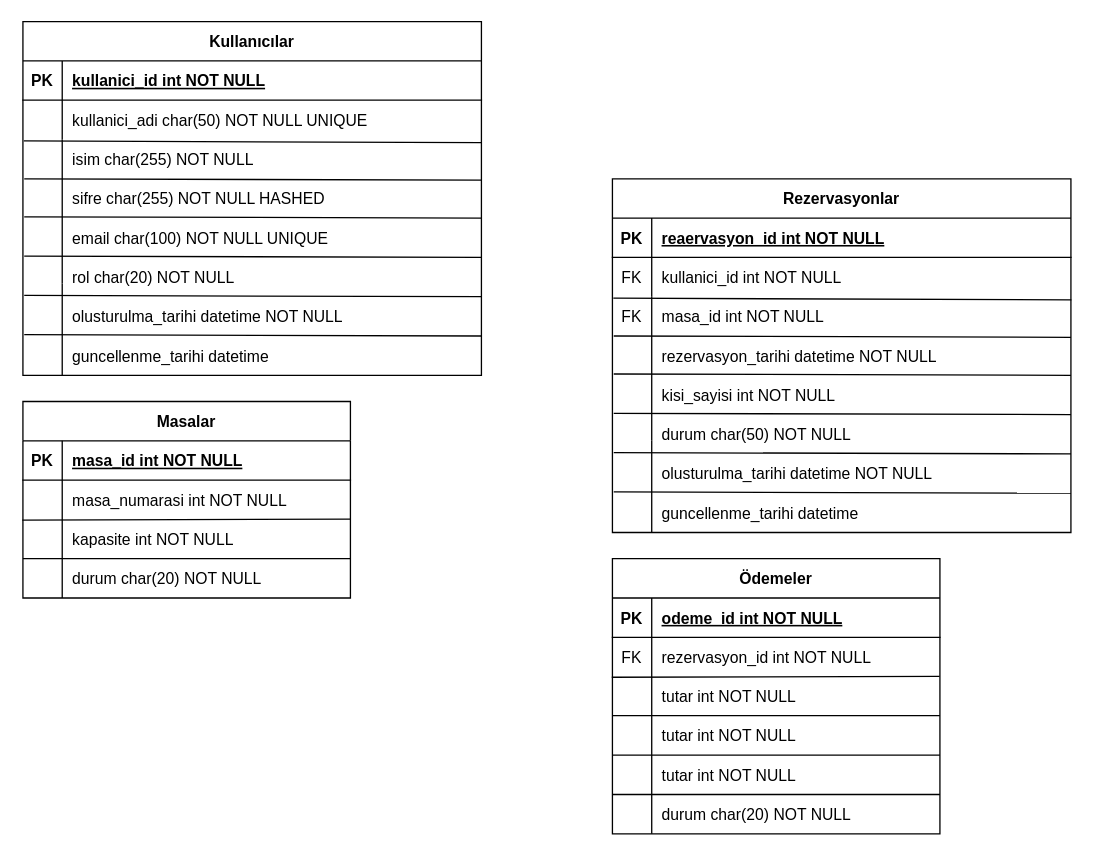
Above: restoranVeritabanı.drawio in kilicfurkan/bitirmeProjesi (draw.io), before the change. Source tidied: cells renumbered, new cells numbered last; positions are measured from the earlier drawing's top-left corner, leaving out a move shared by most shapes. Both pictures are drawn from the tidied source at 131%, with x=0, y=0 at pixel (22, 21).
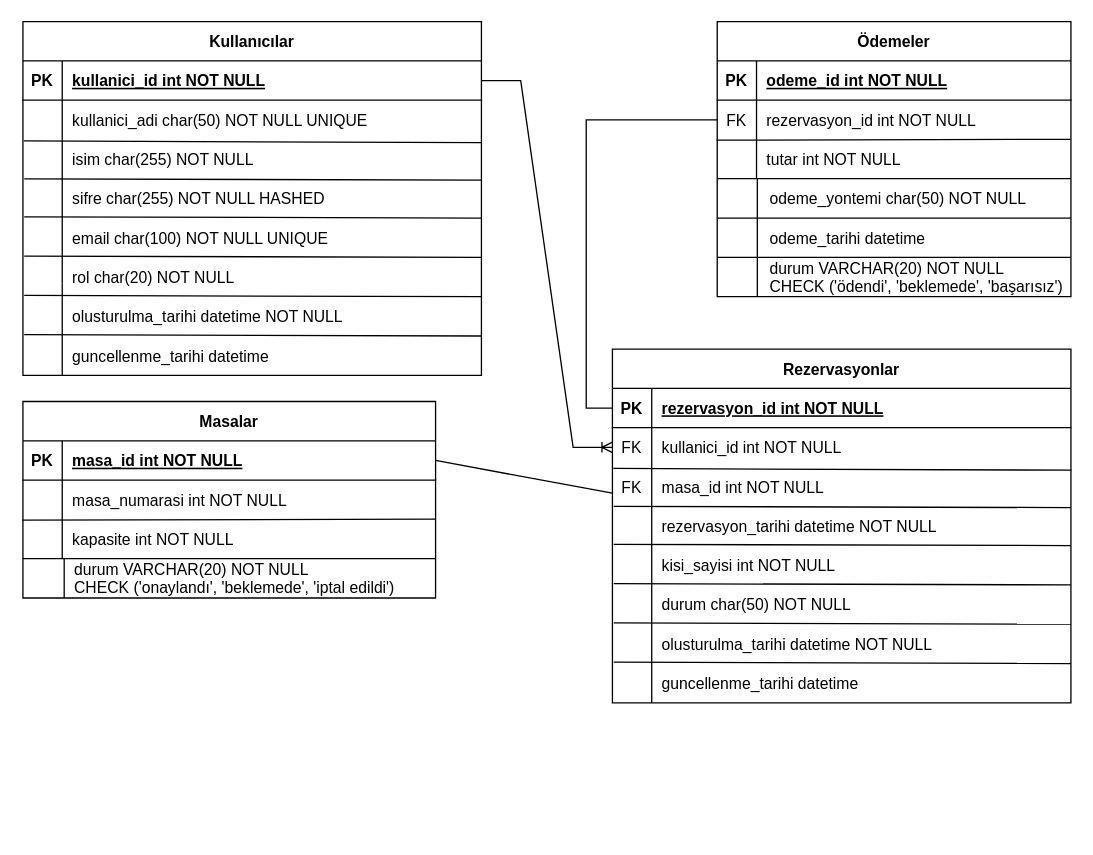
Above is the later version.

Unchanged cells that the change refers to:
```xml
<mxCell id="5" style="shape=partialRectangle;fillColor=none;points=[[0,0.5],[1,0.5]];portConstraint=eastwest;top=0;left=0;right=0;bottom=1;" parent="4" vertex="1">
  <mxGeometry y="30" width="350" height="30" as="geometry" />
</mxCell>
<mxCell id="43" style="shape=partialRectangle;fillColor=none;points=[[0,0.5],[1,0.5]];portConstraint=eastwest;top=0;left=0;right=0;bottom=1;" parent="42" vertex="1">
  <mxGeometry y="30" width="350" height="30" as="geometry" />
</mxCell>
<mxCell id="46" style="shape=partialRectangle;fillColor=none;points=[[0,0.5],[1,0.5]];portConstraint=eastwest;top=0;left=0;right=0;bottom=0;" parent="42" vertex="1">
  <mxGeometry y="60" width="350" height="30" as="geometry" />
</mxCell>
```

The edit, as a diff of the source:
```diff
@@
     <mxCell id="25" style="group;" parent="1" vertex="1">
-      <mxGeometry y="290" width="250" height="150" as="geometry" />
+      <mxGeometry y="290" width="315" height="150" as="geometry" />
     </mxCell>
     <mxCell id="26" value="Masalar" style="shape=table;startSize=30;childLayout=tableLayout;rowLines=0;fontStyle=1;align=center;" parent="25" vertex="1">
-      <mxGeometry width="250" height="150" as="geometry" />
+      <mxGeometry width="315" height="150" as="geometry" />
     </mxCell>
     <mxCell id="27" style="shape=partialRectangle;fillColor=none;points=[[0,0.5],[1,0.5]];portConstraint=eastwest;top=0;left=0;right=0;bottom=1;" parent="26" vertex="1">
-      <mxGeometry y="30" width="250" height="30" as="geometry" />
+      <mxGeometry y="30" width="315" height="30" as="geometry" />
     </mxCell>
@@
     <mxCell id="29" value="masa_id int NOT NULL " style="shape=partialRectangle;overflow=hidden;fillColor=none;top=0;left=0;bottom=0;right=0;align=left;spacingLeft=6;fontStyle=5;" parent="27" vertex="1">
-      <mxGeometry x="30" width="220" height="30" as="geometry" />
+      <mxGeometry x="30" width="285" height="30" as="geometry" />
     </mxCell>
     <mxCell id="30" style="shape=partialRectangle;fillColor=none;points=[[0,0.5],[1,0.5]];portConstraint=eastwest;top=0;left=0;right=0;bottom=0;" parent="26" vertex="1">
-      <mxGeometry y="60" width="250" height="30" as="geometry" />
+      <mxGeometry y="60" width="315" height="30" as="geometry" />
     </mxCell>
@@
     <mxCell id="32" value="masa_numarasi int NOT NULL" style="shape=partialRectangle;overflow=hidden;fillColor=none;top=0;left=0;bottom=0;right=0;align=left;spacingLeft=6;" parent="30" vertex="1">
-      <mxGeometry x="30" width="220" height="30" as="geometry" />
+      <mxGeometry x="30" width="285" height="30" as="geometry" />
     </mxCell>
     <mxCell id="33" style="shape=partialRectangle;fillColor=none;points=[[0,0.5],[1,0.5]];portConstraint=eastwest;top=0;left=0;right=0;bottom=0;" parent="26" vertex="1">
-      <mxGeometry y="90" width="250" height="30" as="geometry" />
+      <mxGeometry y="90" width="315" height="30" as="geometry" />
     </mxCell>
@@
     <mxCell id="35" value="kapasite int NOT NULL" style="shape=partialRectangle;overflow=hidden;fillColor=none;top=0;left=0;bottom=0;right=0;align=left;spacingLeft=6;" parent="33" vertex="1">
-      <mxGeometry x="30" width="220" height="30" as="geometry" />
+      <mxGeometry x="30" width="285" height="30" as="geometry" />
     </mxCell>
@@
-    <mxCell id="37" value="durum char(20) NOT NULL" style="shape=partialRectangle;overflow=hidden;fillColor=none;top=0;left=0;bottom=0;right=0;align=left;spacingLeft=6;" parent="25" vertex="1">
-      <mxGeometry x="30" y="120" width="220" height="30" as="geometry" />
+    <mxCell id="37" value="durum VARCHAR(20) NOT NULL&#10;CHECK ('onaylandı', 'beklemede', 'iptal edildi')" style="shape=partialRectangle;overflow=hidden;fillColor=none;top=0;left=0;bottom=0;right=0;align=left;spacingLeft=6;" parent="25" vertex="1">
+      <mxGeometry x="31.5" y="120" width="277.2" height="30" as="geometry" />
     </mxCell>
     <mxCell id="38" style="endArrow=none;html=1;rounded=0;" parent="25" edge="1">
       <mxGeometry relative="1" as="geometry">
-        <mxPoint x="30" y="150" as="sourcePoint" />
-        <mxPoint x="30" y="120" as="targetPoint" />
+        <mxPoint x="31.5" y="150" as="sourcePoint" />
+        <mxPoint x="31.5" y="120" as="targetPoint" />
+        <Array as="points">
+          <mxPoint x="31.5" y="130" />
+        </Array>
       </mxGeometry>
     </mxCell>
     <mxCell id="39" style="endArrow=none;html=1;rounded=0;entryX=0.999;entryY=-0.005;entryDx=0;entryDy=0;entryPerimeter=0;exitX=-0.002;exitY=1.016;exitDx=0;exitDy=0;exitPerimeter=0;" parent="25" edge="1">
       <mxGeometry relative="1" as="geometry">
         <mxPoint y="120" as="sourcePoint" />
-        <mxPoint x="250" y="120" as="targetPoint" />
+        <mxPoint x="315" y="120" as="targetPoint" />
       </mxGeometry>
     </mxCell>
     <mxCell id="40" style="group;" parent="1" vertex="1">
-      <mxGeometry x="450" y="120" width="350" height="270" as="geometry" />
+      <mxGeometry x="450" y="250" width="350" height="270" as="geometry" />
     </mxCell>
@@
-    <mxCell id="45" value="reaervasyon_id int NOT NULL " style="shape=partialRectangle;overflow=hidden;fillColor=none;top=0;left=0;bottom=0;right=0;align=left;spacingLeft=6;fontStyle=5;" parent="43" vertex="1">
+    <mxCell id="45" value="rezervasyon_id int NOT NULL " style="shape=partialRectangle;overflow=hidden;fillColor=none;top=0;left=0;bottom=0;right=0;align=left;spacingLeft=6;fontStyle=5;" parent="43" vertex="1">
       <mxGeometry x="30" width="320" height="30" as="geometry" />
     </mxCell>
@@
-    <mxCell id="56" value="masa_id int NOT NULL" style="shape=partialRectangle;overflow=hidden;fillColor=none;top=0;left=0;bottom=0;right=0;align=left;spacingLeft=6;" parent="40" vertex="1">
-      <mxGeometry x="30" y="90" width="270" height="30" as="geometry" />
-    </mxCell>
@@
+    <mxCell id="56" value="masa_id int NOT NULL" style="shape=partialRectangle;overflow=hidden;fillColor=none;top=0;left=0;bottom=0;right=0;align=left;spacingLeft=6;" parent="40" vertex="1">
+      <mxGeometry x="30" y="90" width="270" height="30" as="geometry" />
+    </mxCell>
+    <mxCell id="82" style="group;" parent="1" vertex="1">
+      <mxGeometry x="530" width="270" height="240" as="geometry" />
+    </mxCell>
-    <mxCell id="63" style="group;" parent="1" vertex="1">
-      <mxGeometry x="450" y="410" width="250" height="240" as="geometry" />
+    <mxCell id="63" style="group;" parent="82" vertex="1">
+      <mxGeometry width="270" height="240" as="geometry" />
     </mxCell>
+    <mxCell id="83" style="group;" parent="63" vertex="1">
+      <mxGeometry width="270" height="210" as="geometry" />
+    </mxCell>
-    <mxCell id="64" value="Ödemeler" style="shape=table;startSize=30;childLayout=tableLayout;rowLines=0;fontStyle=1;align=center;" parent="63" vertex="1">
-      <mxGeometry width="250" height="210" as="geometry" />
+    <mxCell id="64" value="Ödemeler" style="shape=table;startSize=30;childLayout=tableLayout;rowLines=0;fontStyle=1;align=center;" parent="83" vertex="1">
+      <mxGeometry width="270" height="210" as="geometry" />
     </mxCell>
     <mxCell id="65" style="shape=partialRectangle;fillColor=none;top=0;left=0;right=0;bottom=1;" parent="64" vertex="1">
-      <mxGeometry y="30" width="250" height="30" as="geometry" />
+      <mxGeometry y="30" width="270" height="30" as="geometry" />
     </mxCell>
@@
     <mxCell id="67" value="odeme_id int NOT NULL " style="shape=partialRectangle;overflow=hidden;fillColor=none;top=0;left=0;bottom=0;right=0;align=left;spacingLeft=6;fontStyle=5;" parent="65" vertex="1">
-      <mxGeometry x="30" width="220" height="30" as="geometry" />
+      <mxGeometry x="30" width="240" height="30" as="geometry" />
     </mxCell>
     <mxCell id="68" style="shape=partialRectangle;fillColor=none;points=[[0,0.5],[1,0.5]];portConstraint=eastwest;top=0;left=0;right=0;bottom=0;" parent="64" vertex="1">
-      <mxGeometry y="60" width="250" height="30" as="geometry" />
+      <mxGeometry y="60" width="270" height="30" as="geometry" />
     </mxCell>
@@
     <mxCell id="70" value="rezervasyon_id int NOT NULL" style="shape=partialRectangle;overflow=hidden;fillColor=none;top=0;left=0;bottom=0;right=0;align=left;spacingLeft=6;" parent="68" vertex="1">
-      <mxGeometry x="30" width="220" height="30" as="geometry" />
+      <mxGeometry x="30" width="240" height="30" as="geometry" />
     </mxCell>
     <mxCell id="71" style="shape=partialRectangle;fillColor=none;points=[[0,0.5],[1,0.5]];portConstraint=eastwest;top=0;left=0;right=0;bottom=0;" parent="64" vertex="1">
-      <mxGeometry y="90" width="250" height="30" as="geometry" />
+      <mxGeometry y="90" width="270" height="30" as="geometry" />
     </mxCell>
@@
     <mxCell id="73" value="tutar int NOT NULL" style="shape=partialRectangle;overflow=hidden;fillColor=none;top=0;left=0;bottom=0;right=0;align=left;spacingLeft=6;" parent="71" vertex="1">
-      <mxGeometry x="30" width="220" height="30" as="geometry" />
+      <mxGeometry x="30" width="240" height="30" as="geometry" />
     </mxCell>
@@
-    <mxCell id="75" value="durum char(20) NOT NULL" style="shape=partialRectangle;overflow=hidden;fillColor=none;top=0;left=0;bottom=0;right=0;align=left;spacingLeft=6;" parent="63" vertex="1">
-      <mxGeometry x="30" y="180" width="220" height="30" as="geometry" />
+    <mxCell id="75" value="durum VARCHAR(20) NOT NULL &#10;CHECK ('ödendi', 'beklemede', 'başarısız')&#10;" style="shape=partialRectangle;overflow=hidden;fillColor=none;top=0;left=0;bottom=0;right=0;align=left;spacingLeft=6;" parent="83" vertex="1">
+      <mxGeometry x="32.4" y="180" width="237.6" height="30" as="geometry" />
     </mxCell>
-    <mxCell id="76" value="tutar int NOT NULL" style="shape=partialRectangle;overflow=hidden;fillColor=none;top=0;left=0;bottom=0;right=0;align=left;spacingLeft=6;" parent="63" vertex="1">
-      <mxGeometry x="30" y="120" width="220" height="30" as="geometry" />
+    <mxCell id="76" value="odeme_yontemi char(50) NOT NULL" style="shape=partialRectangle;overflow=hidden;fillColor=none;top=0;left=0;bottom=0;right=0;align=left;spacingLeft=6;" parent="83" vertex="1">
+      <mxGeometry x="32.4" y="120" width="237.6" height="30" as="geometry" />
     </mxCell>
-    <mxCell id="77" value="tutar int NOT NULL" style="shape=partialRectangle;overflow=hidden;fillColor=none;top=0;left=0;bottom=0;right=0;align=left;spacingLeft=6;" parent="63" vertex="1">
-      <mxGeometry x="30" y="150" width="220" height="30" as="geometry" />
+    <mxCell id="77" value="odeme_tarihi datetime" style="shape=partialRectangle;overflow=hidden;fillColor=none;top=0;left=0;bottom=0;right=0;align=left;spacingLeft=6;" parent="83" vertex="1">
+      <mxGeometry x="32.4" y="150" width="237.6" height="30" as="geometry" />
     </mxCell>
-    <mxCell id="78" style="endArrow=none;html=1;rounded=0;" parent="63" edge="1">
+    <mxCell id="78" style="endArrow=none;html=1;rounded=0;" parent="83" edge="1">
       <mxGeometry relative="1" as="geometry">
         <mxPoint y="180" as="sourcePoint" />
-        <mxPoint x="250" y="180" as="targetPoint" />
+        <mxPoint x="270" y="180" as="targetPoint" />
       </mxGeometry>
     </mxCell>
-    <mxCell id="79" style="endArrow=none;html=1;rounded=0;" parent="1" edge="1">
+    <mxCell id="79" style="endArrow=none;html=1;rounded=0;" parent="83" edge="1">
       <mxGeometry relative="1" as="geometry">
-        <mxPoint x="480" y="620" as="sourcePoint" />
-        <mxPoint x="480" y="530" as="targetPoint" />
+        <mxPoint x="30.6" y="210" as="sourcePoint" />
+        <mxPoint x="30.6" y="120" as="targetPoint" />
       </mxGeometry>
     </mxCell>
-    <mxCell id="80" style="endArrow=none;html=1;rounded=0;" parent="1" edge="1">
+    <mxCell id="80" style="endArrow=none;html=1;rounded=0;" parent="82" edge="1">
       <mxGeometry relative="1" as="geometry">
-        <mxPoint x="450" y="560" as="sourcePoint" />
-        <mxPoint x="700" y="560" as="targetPoint" />
+        <mxPoint y="150" as="sourcePoint" />
+        <mxPoint x="270" y="150" as="targetPoint" />
       </mxGeometry>
     </mxCell>
-    <mxCell id="81" style="endArrow=none;html=1;rounded=0;" parent="1" edge="1">
+    <mxCell id="81" style="endArrow=none;html=1;rounded=0;" parent="82" edge="1">
       <mxGeometry relative="1" as="geometry">
-        <mxPoint x="450" y="529.8" as="sourcePoint" />
-        <mxPoint x="700" y="529.8" as="targetPoint" />
+        <mxPoint y="119.8" as="sourcePoint" />
+        <mxPoint x="270" y="119.8" as="targetPoint" />
       </mxGeometry>
     </mxCell>
+    <mxCell id="84" style="edgeStyle=entityRelationEdgeStyle;fontSize=12;html=1;endArrow=ERoneToMany;rounded=0;exitX=1;exitY=0.5;exitDx=0;exitDy=0;entryX=0;entryY=0.5;entryDx=0;entryDy=0;" parent="1" edge="1" source="5" target="46">
+      <mxGeometry relative="1" as="geometry">
+        <Array as="points">
+          <mxPoint x="380" y="190" />
+          <mxPoint x="380" y="190" />
+          <mxPoint x="420" y="180" />
+          <mxPoint x="380" y="200" />
+          <mxPoint x="390" y="190" />
+        </Array>
+      </mxGeometry>
+    </mxCell>
+    <mxCell id="85" style="endArrow=none;html=1;rounded=0;exitX=1;exitY=0.5;exitDx=0;exitDy=0;" parent="1" edge="1" source="27">
+      <mxGeometry relative="1" as="geometry">
+        <mxPoint x="450" y="360" as="targetPoint" />
+      </mxGeometry>
+    </mxCell>
+    <mxCell id="86" style="endArrow=none;html=1;rounded=0;entryX=0;entryY=0.5;entryDx=0;entryDy=0;exitX=0;exitY=0.5;exitDx=0;exitDy=0;" parent="1" edge="1" source="68" target="43">
+      <mxGeometry relative="1" as="geometry">
+        <Array as="points">
+          <mxPoint x="430" y="75" />
+          <mxPoint x="430" y="295" />
+        </Array>
+      </mxGeometry>
+    </mxCell>
```
